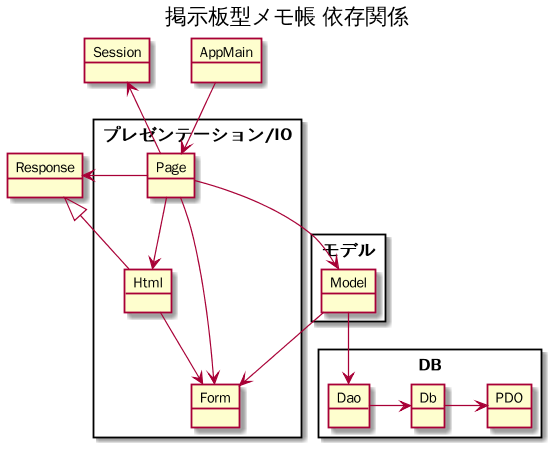
Before: doc/depends.png, a diagram exported from PlantUML (nishimura/php-refactoring-sample).
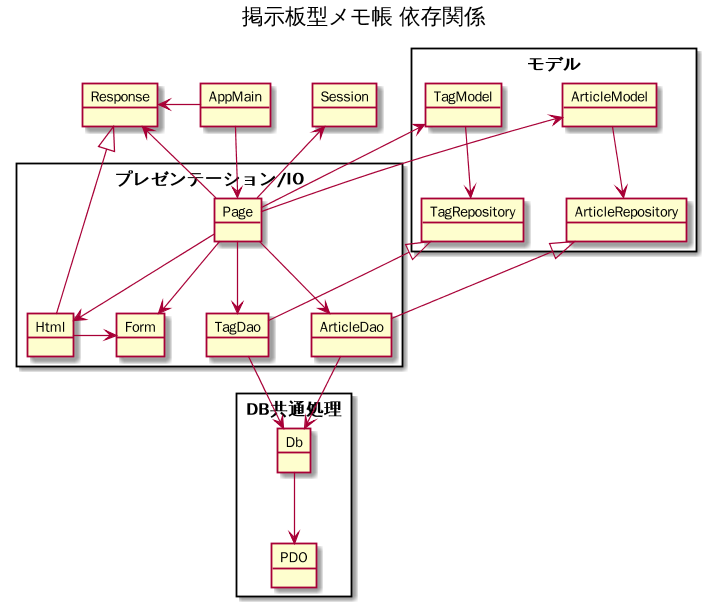
The same diagram one commit later.

Diff of the diagram source:
```diff
@@ -6,16 +6,20 @@
 
 title 掲示板型メモ帳 依存関係
 
-package DB {
+package DB共通処理 {
   object PDO {
   }
   object Db {
   }
-  object Dao {
-  }
 }
 package モデル {
-  object Model {
+  object ArticleModel {
+  }
+  object TagModel {
+  }
+  object ArticleRepository {
+  }
+  object TagRepository {
   }
 }
 package プレゼンテーション/IO {
@@ -24,6 +28,10 @@
   object Html {
   }
   object Form {
+  }
+  object ArticleDao {
+  }
+  object TagDao {
   }
 }
 
@@ -37,15 +45,22 @@
 AppMain -d-> Page
 Page --> Html
 Page --> Form
-Page --> Model
+Page --> ArticleDao
+Page --> TagDao
+Page -l-> ArticleModel
+Page -l-> TagModel
 Page -u-> Session
-Page -l-> Response
+Page -u-> Response
 
-Db -r-> PDO
-Dao -r-> Db
-Model --> Dao
-Model --> Form
-Html --> Form
+Db --> PDO
+ArticleDao --> Db
+TagDao --> Db
+ArticleRepository <|-- ArticleDao
+TagRepository <|-- TagDao
+Html -r-> Form
 Html -u-|> Response
+ArticleModel --> ArticleRepository
+TagModel --> TagRepository
+AppMain -l-> Response
 
 @enduml
```
